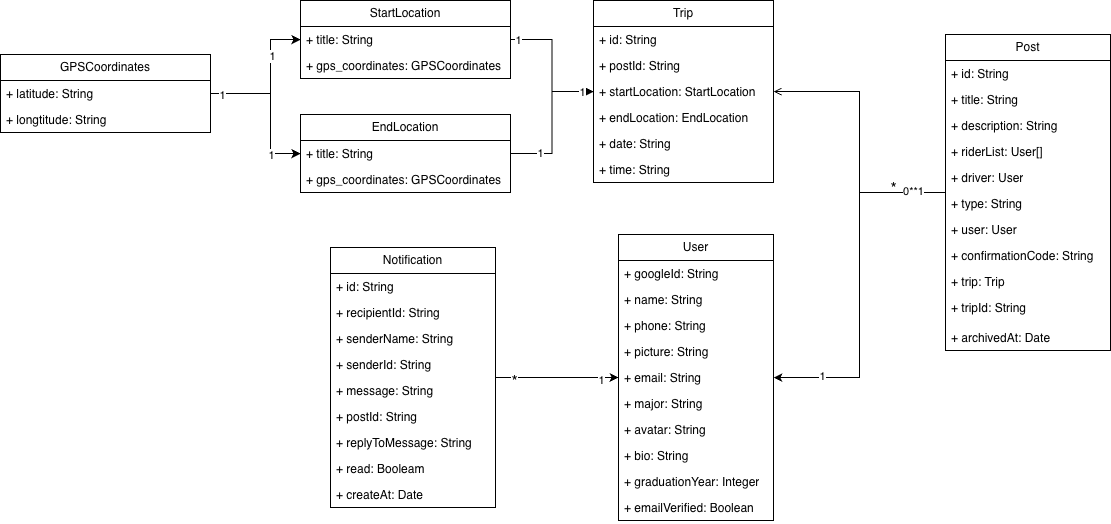
Earlier version of the draw.io export docs/design/class_diagram4.png (jhu-oose-sp26/HopShare). Source tidied: cells renumbered, new cells last; positions are measured from the earlier drawing's top-left corner, leaving out a move shared by most shapes.
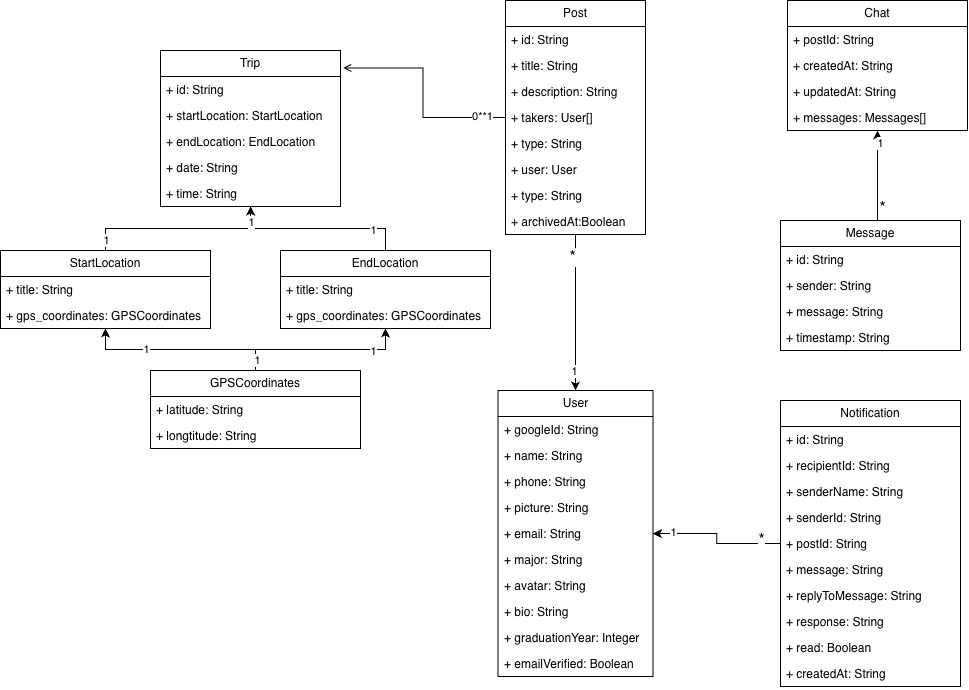
After the commit.

Commit message:
update class diagram

Diff of the diagram source:
```diff
@@ -12,61 +12,49 @@
       <mxGeometry x="0.73" y="-2" relative="1" as="geometry" />
     </mxCell>
     <mxCell id="5" value="Post" style="swimlane;fontStyle=0;horizontal=1;startSize=26;fillColor=none;whiteSpace=wrap;html=1;" parent="1" vertex="1">
-      <mxGeometry x="945" y="34" width="165" height="316" as="geometry" />
+      <mxGeometry x="945" y="-130" width="140" height="234" as="geometry" />
     </mxCell>
     <mxCell id="6" value="+ id: String" style="text;strokeColor=none;fillColor=none;align=left;verticalAlign=top;spacingLeft=4;spacingRight=4;overflow=hidden;whiteSpace=wrap;html=1;" parent="5" vertex="1">
-      <mxGeometry y="26" width="165" height="26" as="geometry" />
+      <mxGeometry y="26" width="140" height="26" as="geometry" />
     </mxCell>
     <mxCell id="7" value="+ title: String" style="text;strokeColor=none;fillColor=none;align=left;verticalAlign=top;spacingLeft=4;spacingRight=4;overflow=hidden;whiteSpace=wrap;html=1;" parent="5" vertex="1">
-      <mxGeometry y="52" width="165" height="26" as="geometry" />
+      <mxGeometry y="52" width="140" height="26" as="geometry" />
     </mxCell>
     <mxCell id="8" value="+ description: String" style="text;strokeColor=none;fillColor=none;align=left;verticalAlign=top;spacingLeft=4;spacingRight=4;overflow=hidden;whiteSpace=wrap;html=1;" parent="5" vertex="1">
-      <mxGeometry y="78" width="165" height="26" as="geometry" />
+      <mxGeometry y="78" width="140" height="26" as="geometry" />
     </mxCell>
-    <mxCell id="9" value="+ riderList: User[]" style="text;strokeColor=none;fillColor=none;align=left;verticalAlign=top;spacingLeft=4;spacingRight=4;overflow=hidden;whiteSpace=wrap;html=1;" parent="5" vertex="1">
-      <mxGeometry y="104" width="165" height="26" as="geometry" />
+    <mxCell id="9" value="+ takers: User[]" style="text;strokeColor=none;fillColor=none;align=left;verticalAlign=top;spacingLeft=4;spacingRight=4;overflow=hidden;whiteSpace=wrap;html=1;" parent="5" vertex="1">
+      <mxGeometry y="104" width="140" height="26" as="geometry" />
     </mxCell>
-    <mxCell id="10" value="+ driver: User" style="text;strokeColor=none;fillColor=none;align=left;verticalAlign=top;spacingLeft=4;spacingRight=4;overflow=hidden;whiteSpace=wrap;html=1;" parent="5" vertex="1">
-      <mxGeometry y="130" width="165" height="26" as="geometry" />
-    </mxCell>
     <mxCell id="11" value="+ type: String" style="text;strokeColor=none;fillColor=none;align=left;verticalAlign=top;spacingLeft=4;spacingRight=4;overflow=hidden;whiteSpace=wrap;html=1;" parent="5" vertex="1">
-      <mxGeometry y="156" width="165" height="26" as="geometry" />
+      <mxGeometry y="130" width="140" height="26" as="geometry" />
     </mxCell>
     <mxCell id="12" value="+ user: User" style="text;strokeColor=none;fillColor=none;align=left;verticalAlign=top;spacingLeft=4;spacingRight=4;overflow=hidden;whiteSpace=wrap;html=1;" parent="5" vertex="1">
-      <mxGeometry y="182" width="165" height="26" as="geometry" />
+      <mxGeometry y="156" width="140" height="26" as="geometry" />
     </mxCell>
-    <mxCell id="13" value="+ confirmationCode: String" style="text;strokeColor=none;fillColor=none;align=left;verticalAlign=top;spacingLeft=4;spacingRight=4;overflow=hidden;whiteSpace=wrap;html=1;" parent="5" vertex="1">
-      <mxGeometry y="208" width="165" height="26" as="geometry" />
+    <mxCell id="13" value="+ type: String" style="text;strokeColor=none;fillColor=none;align=left;verticalAlign=top;spacingLeft=4;spacingRight=4;overflow=hidden;whiteSpace=wrap;html=1;" parent="5" vertex="1">
+      <mxGeometry y="182" width="140" height="26" as="geometry" />
     </mxCell>
-    <mxCell id="14" value="+ trip: Trip" style="text;strokeColor=none;fillColor=none;align=left;verticalAlign=top;spacingLeft=4;spacingRight=4;overflow=hidden;whiteSpace=wrap;html=1;" parent="5" vertex="1">
-      <mxGeometry y="234" width="165" height="26" as="geometry" />
-    </mxCell>
-    <mxCell id="15" value="+ tripId: String" style="text;strokeColor=none;fillColor=none;align=left;verticalAlign=top;spacingLeft=4;spacingRight=4;overflow=hidden;whiteSpace=wrap;html=1;" parent="5" vertex="1">
-      <mxGeometry y="260" width="165" height="30" as="geometry" />
-    </mxCell>
-    <mxCell id="16" value="+ archivedAt: Date" style="text;strokeColor=none;fillColor=none;align=left;verticalAlign=top;spacingLeft=4;spacingRight=4;overflow=hidden;whiteSpace=wrap;html=1;" parent="5" vertex="1">
-      <mxGeometry y="290" width="165" height="26" as="geometry" />
+    <mxCell id="16" value="+ archivedAt:Boolean" style="text;strokeColor=none;fillColor=none;align=left;verticalAlign=top;spacingLeft=4;spacingRight=4;overflow=hidden;whiteSpace=wrap;html=1;" parent="5" vertex="1">
+      <mxGeometry y="208" width="140" height="26" as="geometry" />
     </mxCell>
     <mxCell id="17" value="Trip" style="swimlane;fontStyle=0;horizontal=1;startSize=26;fillColor=none;whiteSpace=wrap;html=1;" parent="1" vertex="1">
-      <mxGeometry x="593" width="180" height="182" as="geometry" />
+      <mxGeometry x="600" y="-80" width="180" height="156" as="geometry" />
     </mxCell>
     <mxCell id="18" value="+ id: String" style="text;strokeColor=none;fillColor=none;align=left;verticalAlign=top;spacingLeft=4;spacingRight=4;overflow=hidden;whiteSpace=wrap;html=1;" parent="17" vertex="1">
       <mxGeometry y="26" width="180" height="26" as="geometry" />
     </mxCell>
-    <mxCell id="19" value="+ postId: String" style="text;strokeColor=none;fillColor=none;align=left;verticalAlign=top;spacingLeft=4;spacingRight=4;overflow=hidden;whiteSpace=wrap;html=1;" parent="17" vertex="1">
-      <mxGeometry y="52" width="180" height="26" as="geometry" />
-    </mxCell>
     <mxCell id="20" value="+ startLocation: StartLocation" style="text;strokeColor=none;fillColor=none;align=left;verticalAlign=top;spacingLeft=4;spacingRight=4;overflow=hidden;whiteSpace=wrap;html=1;" parent="17" vertex="1">
-      <mxGeometry y="78" width="180" height="26" as="geometry" />
+      <mxGeometry y="52" width="180" height="26" as="geometry" />
     </mxCell>
     <mxCell id="21" value="+ endLocation: EndLocation" style="text;strokeColor=none;fillColor=none;align=left;verticalAlign=top;spacingLeft=4;spacingRight=4;overflow=hidden;whiteSpace=wrap;html=1;" parent="17" vertex="1">
-      <mxGeometry y="104" width="180" height="26" as="geometry" />
+      <mxGeometry y="78" width="180" height="26" as="geometry" />
     </mxCell>
     <mxCell id="22" value="+ date: String" style="text;strokeColor=none;fillColor=none;align=left;verticalAlign=top;spacingLeft=4;spacingRight=4;overflow=hidden;whiteSpace=wrap;html=1;" parent="17" vertex="1">
-      <mxGeometry y="130" width="180" height="26" as="geometry" />
+      <mxGeometry y="104" width="180" height="26" as="geometry" />
     </mxCell>
     <mxCell id="23" value="+ time: String" style="text;strokeColor=none;fillColor=none;align=left;verticalAlign=top;spacingLeft=4;spacingRight=4;overflow=hidden;whiteSpace=wrap;html=1;" parent="17" vertex="1">
-      <mxGeometry y="156" width="180" height="26" as="geometry" />
+      <mxGeometry y="130" width="180" height="26" as="geometry" />
     </mxCell>
     <mxCell id="24" style="edgeStyle=orthogonalEdgeStyle;rounded=0;jettySize=auto;html=1;" parent="1" edge="1" source="26" target="17">
       <mxGeometry relative="1" as="geometry" />
@@ -75,7 +63,7 @@
       <mxGeometry x="-0.89" relative="1" as="geometry" />
     </mxCell>
     <mxCell id="26" value="StartLocation" style="swimlane;fontStyle=0;horizontal=1;startSize=26;fillColor=none;whiteSpace=wrap;html=1;" parent="1" vertex="1">
-      <mxGeometry x="300" width="210" height="78" as="geometry" />
+      <mxGeometry x="440" y="120" width="210" height="78" as="geometry" />
     </mxCell>
     <mxCell id="27" value="+ title: String" style="text;strokeColor=none;fillColor=none;align=left;verticalAlign=top;spacingLeft=4;spacingRight=4;overflow=hidden;whiteSpace=wrap;html=1;" parent="26" vertex="1">
       <mxGeometry y="26" width="210" height="26" as="geometry" />
@@ -93,7 +81,7 @@
       <mxGeometry x="-0.6" y="1" relative="1" as="geometry" />
     </mxCell>
     <mxCell id="32" value="EndLocation" style="swimlane;fontStyle=0;horizontal=1;startSize=26;fillColor=none;whiteSpace=wrap;html=1;" parent="1" vertex="1">
-      <mxGeometry x="300" y="114" width="210" height="78" as="geometry" />
+      <mxGeometry x="720" y="120" width="210" height="78" as="geometry" />
     </mxCell>
     <mxCell id="33" value="+ title: String" style="text;strokeColor=none;fillColor=none;align=left;verticalAlign=top;spacingLeft=4;spacingRight=4;overflow=hidden;whiteSpace=wrap;html=1;" parent="32" vertex="1">
       <mxGeometry y="26" width="210" height="26" as="geometry" />
@@ -102,23 +90,13 @@
       <mxGeometry y="52" width="210" height="26" as="geometry" />
     </mxCell>
     <mxCell id="35" style="edgeStyle=orthogonalEdgeStyle;rounded=0;jettySize=auto;html=1;" parent="1" edge="1" source="40" target="26">
-      <mxGeometry relative="1" as="geometry">
-        <Array as="points">
-          <mxPoint x="270" y="93" />
-          <mxPoint x="270" y="39" />
-        </Array>
-      </mxGeometry>
+      <mxGeometry relative="1" as="geometry" />
     </mxCell>
     <mxCell id="36" value="1" style="edgeLabel;html=1;align=center;verticalAlign=middle;" parent="35" vertex="1">
       <mxGeometry x="0.36" y="-1" relative="1" as="geometry" />
     </mxCell>
     <mxCell id="37" style="edgeStyle=orthogonalEdgeStyle;rounded=0;jettySize=auto;html=1;" parent="1" edge="1" source="40" target="32">
-      <mxGeometry relative="1" as="geometry">
-        <Array as="points">
-          <mxPoint x="270" y="93" />
-          <mxPoint x="270" y="153" />
-        </Array>
-      </mxGeometry>
+      <mxGeometry relative="1" as="geometry" />
     </mxCell>
     <mxCell id="38" value="1" style="edgeLabel;html=1;align=center;verticalAlign=middle;" parent="37" vertex="1">
       <mxGeometry x="0.6" y="-1" relative="1" as="geometry" />
@@ -127,7 +105,7 @@
       <mxGeometry x="-0.86" y="-1" relative="1" as="geometry" />
     </mxCell>
     <mxCell id="40" value="&lt;span style=&quot;text-align: left;&quot;&gt;GPSCoordinates&lt;/span&gt;" style="swimlane;fontStyle=0;horizontal=1;startSize=26;fillColor=none;whiteSpace=wrap;html=1;" parent="1" vertex="1">
-      <mxGeometry y="54" width="210" height="78" as="geometry" />
+      <mxGeometry x="590" y="240" width="210" height="78" as="geometry" />
     </mxCell>
     <mxCell id="41" value="+ latitude: String" style="text;strokeColor=none;fillColor=none;align=left;verticalAlign=top;spacingLeft=4;spacingRight=4;overflow=hidden;whiteSpace=wrap;html=1;" parent="40" vertex="1">
       <mxGeometry y="26" width="210" height="26" as="geometry" />
@@ -136,7 +114,7 @@
       <mxGeometry y="52" width="210" height="26" as="geometry" />
     </mxCell>
     <mxCell id="43" value="User" style="swimlane;fontStyle=0;horizontal=1;startSize=26;fillColor=none;whiteSpace=wrap;html=1;" parent="1" vertex="1">
-      <mxGeometry x="618" y="234" width="155" height="286" as="geometry" />
+      <mxGeometry x="937.5" y="260" width="155" height="286" as="geometry" />
     </mxCell>
     <mxCell id="44" value="+ googleId: String" style="text;strokeColor=none;fillColor=none;align=left;verticalAlign=top;spacingLeft=4;spacingRight=4;overflow=hidden;whiteSpace=wrap;html=1;" parent="43" vertex="1">
       <mxGeometry y="26" width="155" height="26" as="geometry" />
@@ -168,50 +146,92 @@
     <mxCell id="53" value="+ emailVerified: Boolean" style="text;strokeColor=none;fillColor=none;align=left;verticalAlign=top;spacingLeft=4;spacingRight=4;overflow=hidden;whiteSpace=wrap;html=1;" parent="43" vertex="1">
       <mxGeometry y="260" width="155" height="26" as="geometry" />
     </mxCell>
-    <mxCell id="54" style="edgeStyle=orthogonalEdgeStyle;rounded=0;jettySize=auto;html=1;endArrow=open;endFill=0;" parent="1" edge="1" source="5" target="17">
+    <mxCell id="54" style="edgeStyle=orthogonalEdgeStyle;rounded=0;jettySize=auto;html=1;entryX=1.015;entryY=0.112;entryDx=0;entryDy=0;entryPerimeter=0;endArrow=open;endFill=0;" parent="1" edge="1" source="5" target="17">
       <mxGeometry relative="1" as="geometry" />
     </mxCell>
     <mxCell id="55" value="0**1" style="edgeLabel;html=1;align=center;verticalAlign=middle;" parent="54" vertex="1">
       <mxGeometry x="-0.76" y="-2" relative="1" as="geometry" />
     </mxCell>
+    <mxCell id="69" value="Chat" style="swimlane;fontStyle=0;horizontal=1;startSize=26;fillColor=none;whiteSpace=wrap;html=1;" parent="1" vertex="1">
+      <mxGeometry x="1227" y="-130" width="180" height="130" as="geometry" />
+    </mxCell>
+    <mxCell id="70" value="+ postId: String" style="text;strokeColor=none;fillColor=none;align=left;verticalAlign=top;spacingLeft=4;spacingRight=4;overflow=hidden;whiteSpace=wrap;html=1;" parent="69" vertex="1">
+      <mxGeometry y="26" width="180" height="26" as="geometry" />
+    </mxCell>
+    <mxCell id="71" value="+ createdAt: String" style="text;strokeColor=none;fillColor=none;align=left;verticalAlign=top;spacingLeft=4;spacingRight=4;overflow=hidden;whiteSpace=wrap;html=1;" parent="69" vertex="1">
+      <mxGeometry y="52" width="180" height="26" as="geometry" />
+    </mxCell>
+    <mxCell id="72" value="+ updatedAt: String" style="text;strokeColor=none;fillColor=none;align=left;verticalAlign=top;spacingLeft=4;spacingRight=4;overflow=hidden;whiteSpace=wrap;html=1;" parent="69" vertex="1">
+      <mxGeometry y="78" width="180" height="26" as="geometry" />
+    </mxCell>
+    <mxCell id="73" value="+ messages: Messages[]" style="text;strokeColor=none;fillColor=none;align=left;verticalAlign=top;spacingLeft=4;spacingRight=4;overflow=hidden;whiteSpace=wrap;html=1;" parent="69" vertex="1">
+      <mxGeometry y="104" width="180" height="26" as="geometry" />
+    </mxCell>
+    <mxCell id="74" value="Message" style="swimlane;fontStyle=0;horizontal=1;startSize=26;fillColor=none;whiteSpace=wrap;html=1;" parent="1" vertex="1">
+      <mxGeometry x="1220" y="90" width="180" height="130" as="geometry" />
+    </mxCell>
+    <mxCell id="75" value="+ id: String" style="text;strokeColor=none;fillColor=none;align=left;verticalAlign=top;spacingLeft=4;spacingRight=4;overflow=hidden;whiteSpace=wrap;html=1;" parent="74" vertex="1">
+      <mxGeometry y="26" width="180" height="26" as="geometry" />
+    </mxCell>
+    <mxCell id="76" value="+ sender: String" style="text;strokeColor=none;fillColor=none;align=left;verticalAlign=top;spacingLeft=4;spacingRight=4;overflow=hidden;whiteSpace=wrap;html=1;" parent="74" vertex="1">
+      <mxGeometry y="52" width="180" height="26" as="geometry" />
+    </mxCell>
+    <mxCell id="77" value="+ message: String" style="text;strokeColor=none;fillColor=none;align=left;verticalAlign=top;spacingLeft=4;spacingRight=4;overflow=hidden;whiteSpace=wrap;html=1;" parent="74" vertex="1">
+      <mxGeometry y="78" width="180" height="26" as="geometry" />
+    </mxCell>
+    <mxCell id="78" value="+ timestamp: String" style="text;strokeColor=none;fillColor=none;align=left;verticalAlign=top;spacingLeft=4;spacingRight=4;overflow=hidden;whiteSpace=wrap;html=1;" parent="74" vertex="1">
+      <mxGeometry y="104" width="180" height="26" as="geometry" />
+    </mxCell>
+    <mxCell id="79" style="edgeStyle=orthogonalEdgeStyle;rounded=0;jettySize=auto;html=1;exitX=0.539;exitY=0;exitDx=0;exitDy=0;exitPerimeter=0;" parent="1" edge="1" source="74" target="69">
+      <mxGeometry relative="1" as="geometry" />
+    </mxCell>
+    <mxCell id="80" value="&lt;font style=&quot;font-size: 16px;&quot;&gt;*&lt;/font&gt;" style="edgeLabel;html=1;align=center;verticalAlign=middle;" parent="79" vertex="1">
+      <mxGeometry x="-0.71" y="-4" relative="1" as="geometry" />
+    </mxCell>
+    <mxCell id="81" value="1" style="edgeLabel;html=1;align=center;verticalAlign=middle;" parent="79" vertex="1">
+      <mxGeometry x="0.73" y="-2" relative="1" as="geometry" />
+    </mxCell>
     <mxCell id="56" value="Notification" style="swimlane;fontStyle=0;horizontal=1;startSize=26;fillColor=none;whiteSpace=wrap;html=1;" parent="1" vertex="1">
-      <mxGeometry x="330" y="247" width="165" height="260" as="geometry" />
+      <mxGeometry x="1220" y="270" width="180" height="286" as="geometry" />
     </mxCell>
-    <mxCell id="57" value="+ id: String" style="text;strokeColor=none;fillColor=none;align=left;verticalAlign=top;spacingLeft=4;spacingRight=4;overflow=hidden;whiteSpace=wrap;html=1;" parent="56" vertex="1">
-      <mxGeometry y="26" width="165" height="26" as="geometry" />
-    </mxCell>
+    <mxCell id="82" value="+ id: String" style="text;strokeColor=none;fillColor=none;align=left;verticalAlign=top;spacingLeft=4;spacingRight=4;overflow=hidden;whiteSpace=wrap;html=1;" parent="56" vertex="1">
+      <mxGeometry y="26" width="180" height="26" as="geometry" />
+    </mxCell>
     <mxCell id="58" value="+ recipientId: String" style="text;strokeColor=none;fillColor=none;align=left;verticalAlign=top;spacingLeft=4;spacingRight=4;overflow=hidden;whiteSpace=wrap;html=1;" parent="56" vertex="1">
-      <mxGeometry y="52" width="165" height="26" as="geometry" />
+      <mxGeometry y="52" width="180" height="26" as="geometry" />
     </mxCell>
     <mxCell id="59" value="+ senderName: String" style="text;strokeColor=none;fillColor=none;align=left;verticalAlign=top;spacingLeft=4;spacingRight=4;overflow=hidden;whiteSpace=wrap;html=1;" parent="56" vertex="1">
-      <mxGeometry y="78" width="165" height="26" as="geometry" />
+      <mxGeometry y="78" width="180" height="26" as="geometry" />
     </mxCell>
     <mxCell id="60" value="+ senderId: String" style="text;strokeColor=none;fillColor=none;align=left;verticalAlign=top;spacingLeft=4;spacingRight=4;overflow=hidden;whiteSpace=wrap;html=1;" parent="56" vertex="1">
-      <mxGeometry y="104" width="165" height="26" as="geometry" />
+      <mxGeometry y="104" width="180" height="26" as="geometry" />
     </mxCell>
-    <mxCell id="61" value="+ message: String" style="text;strokeColor=none;fillColor=none;align=left;verticalAlign=top;spacingLeft=4;spacingRight=4;overflow=hidden;whiteSpace=wrap;html=1;" parent="56" vertex="1">
-      <mxGeometry y="130" width="165" height="26" as="geometry" />
-    </mxCell>
-    <mxCell id="62" value="+ postId: String" style="text;strokeColor=none;fillColor=none;align=left;verticalAlign=top;spacingLeft=4;spacingRight=4;overflow=hidden;whiteSpace=wrap;html=1;" parent="56" vertex="1">
-      <mxGeometry y="156" width="165" height="26" as="geometry" />
-    </mxCell>
+    <mxCell id="83" value="+ postId: String" style="text;strokeColor=none;fillColor=none;align=left;verticalAlign=top;spacingLeft=4;spacingRight=4;overflow=hidden;whiteSpace=wrap;html=1;" parent="56" vertex="1">
+      <mxGeometry y="130" width="180" height="26" as="geometry" />
+    </mxCell>
+    <mxCell id="84" value="+ message: String" style="text;strokeColor=none;fillColor=none;align=left;verticalAlign=top;spacingLeft=4;spacingRight=4;overflow=hidden;whiteSpace=wrap;html=1;" parent="56" vertex="1">
+      <mxGeometry y="156" width="180" height="26" as="geometry" />
+    </mxCell>
     <mxCell id="63" value="+ replyToMessage: String" style="text;strokeColor=none;fillColor=none;align=left;verticalAlign=top;spacingLeft=4;spacingRight=4;overflow=hidden;whiteSpace=wrap;html=1;" parent="56" vertex="1">
-      <mxGeometry y="182" width="165" height="26" as="geometry" />
+      <mxGeometry y="182" width="180" height="26" as="geometry" />
     </mxCell>
-    <mxCell id="64" value="+ read: Booleam" style="text;strokeColor=none;fillColor=none;align=left;verticalAlign=top;spacingLeft=4;spacingRight=4;overflow=hidden;whiteSpace=wrap;html=1;" parent="56" vertex="1">
-      <mxGeometry y="208" width="165" height="26" as="geometry" />
-    </mxCell>
-    <mxCell id="65" value="+ createAt: Date" style="text;strokeColor=none;fillColor=none;align=left;verticalAlign=top;spacingLeft=4;spacingRight=4;overflow=hidden;whiteSpace=wrap;html=1;" parent="56" vertex="1">
-      <mxGeometry y="234" width="165" height="26" as="geometry" />
-    </mxCell>
+    <mxCell id="85" value="+ response: String" style="text;strokeColor=none;fillColor=none;align=left;verticalAlign=top;spacingLeft=4;spacingRight=4;overflow=hidden;whiteSpace=wrap;html=1;" parent="56" vertex="1">
+      <mxGeometry y="208" width="180" height="26" as="geometry" />
+    </mxCell>
+    <mxCell id="86" value="+ read: Boolean" style="text;strokeColor=none;fillColor=none;align=left;verticalAlign=top;spacingLeft=4;spacingRight=4;overflow=hidden;whiteSpace=wrap;html=1;" parent="56" vertex="1">
+      <mxGeometry y="234" width="180" height="26" as="geometry" />
+    </mxCell>
+    <mxCell id="87" value="+ createdAt: String" style="text;strokeColor=none;fillColor=none;align=left;verticalAlign=top;spacingLeft=4;spacingRight=4;overflow=hidden;whiteSpace=wrap;html=1;" parent="56" vertex="1">
+      <mxGeometry y="260" width="180" height="26" as="geometry" />
+    </mxCell>
     <mxCell id="66" style="edgeStyle=orthogonalEdgeStyle;rounded=0;jettySize=auto;html=1;" parent="1" edge="1" source="56" target="43">
       <mxGeometry relative="1" as="geometry" />
     </mxCell>
-    <mxCell id="67" value="&lt;font style=&quot;font-size: 16px;&quot;&gt;*&lt;/font&gt;" style="edgeLabel;html=1;align=center;verticalAlign=middle;" parent="66" vertex="1">
-      <mxGeometry x="-0.71" y="-4" relative="1" as="geometry" />
-    </mxCell>
-    <mxCell id="68" value="1" style="edgeLabel;html=1;align=center;verticalAlign=middle;" parent="66" vertex="1">
-      <mxGeometry x="0.73" y="-2" relative="1" as="geometry" />
-    </mxCell>
+    <mxCell id="88" value="&lt;font style=&quot;font-size: 16px;&quot;&gt;*&lt;/font&gt;" style="edgeLabel;html=1;align=center;verticalAlign=middle;" parent="66" vertex="1">
+      <mxGeometry x="-0.71" y="-4" relative="1" as="geometry" />
+    </mxCell>
+    <mxCell id="89" value="1" style="edgeLabel;html=1;align=center;verticalAlign=middle;" parent="66" vertex="1">
+      <mxGeometry x="0.73" y="-2" relative="1" as="geometry" />
+    </mxCell>
   </root>
 </mxGraphModel>
```
